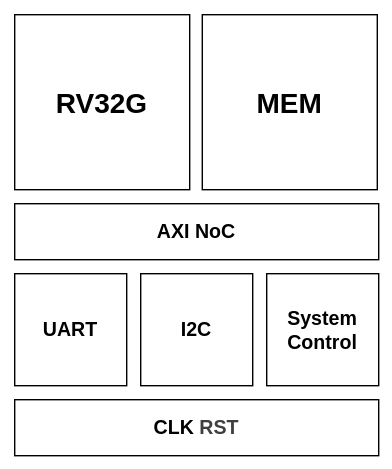
The draw.io diagram document/arch.svg in ADN-VLSI/SC-SoC, before a commit. Source tidied: cells renumbered, new cells last; positions are measured from the earlier drawing's top-left corner, leaving out a move shared by most shapes.
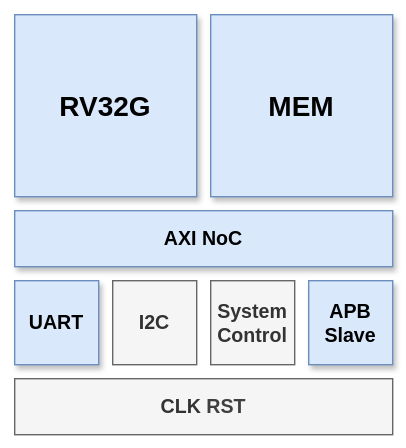
After the change.

The edit, as a diff of the source:
```diff
@@ -3,28 +3,31 @@
     <mxCell id="0" />
     <mxCell id="1" parent="0" />
     <mxCell id="2" style="whiteSpace=wrap;html=1;strokeColor=none;" parent="1" vertex="1">
-      <mxGeometry width="280" height="335" as="geometry" />
+      <mxGeometry y="-5" width="290" height="320" as="geometry" />
     </mxCell>
-    <mxCell id="3" value="RV32G" style="whiteSpace=wrap;html=1;fontStyle=1;fontSize=20;" parent="1" vertex="1">
-      <mxGeometry x="10" y="10" width="125" height="125" as="geometry" />
+    <mxCell id="3" value="RV32G" style="whiteSpace=wrap;html=1;fontStyle=1;fontSize=20;shadow=1;fillColor=#dae8fc;strokeColor=#6c8ebf;" parent="1" vertex="1">
+      <mxGeometry x="10" y="5" width="130" height="130" as="geometry" />
     </mxCell>
-    <mxCell id="4" value="MEM" style="whiteSpace=wrap;html=1;fontStyle=1;fontSize=20;" parent="1" vertex="1">
-      <mxGeometry x="144" y="10" width="125" height="125" as="geometry" />
+    <mxCell id="4" value="MEM" style="whiteSpace=wrap;html=1;fontStyle=1;fontSize=20;shadow=1;fillColor=#dae8fc;strokeColor=#6c8ebf;" parent="1" vertex="1">
+      <mxGeometry x="150" y="5" width="130" height="130" as="geometry" />
     </mxCell>
-    <mxCell id="5" value="UART" style="whiteSpace=wrap;html=1;fontStyle=1;fontSize=14;" parent="1" vertex="1">
-      <mxGeometry x="10" y="195" width="80" height="80" as="geometry" />
+    <mxCell id="5" value="UART" style="whiteSpace=wrap;html=1;fontStyle=1;fontSize=14;shadow=1;fillColor=#dae8fc;strokeColor=#6c8ebf;" parent="1" vertex="1">
+      <mxGeometry x="10" y="195" width="60" height="60" as="geometry" />
     </mxCell>
-    <mxCell id="6" value="System&lt;div&gt;Control&lt;/div&gt;" style="whiteSpace=wrap;html=1;fontStyle=1;fontSize=14;" parent="1" vertex="1">
-      <mxGeometry x="190" y="195" width="80" height="80" as="geometry" />
+    <mxCell id="6" value="System&lt;div&gt;Control&lt;/div&gt;" style="whiteSpace=wrap;html=1;fontStyle=1;fontSize=14;fillColor=#f5f5f5;fontColor=#333333;strokeColor=#666666;" parent="1" vertex="1">
+      <mxGeometry x="150" y="195" width="60" height="60" as="geometry" />
     </mxCell>
-    <mxCell id="7" value="I2C" style="whiteSpace=wrap;html=1;fontStyle=1;fontSize=14;" parent="1" vertex="1">
-      <mxGeometry x="100" y="195" width="80" height="80" as="geometry" />
+    <mxCell id="7" value="I2C" style="whiteSpace=wrap;html=1;fontStyle=1;fontSize=14;fillColor=#f5f5f5;fontColor=#333333;strokeColor=#666666;" parent="1" vertex="1">
+      <mxGeometry x="80" y="195" width="60" height="60" as="geometry" />
     </mxCell>
-    <mxCell id="8" value="CLK&amp;nbsp;&lt;span style=&quot;color: rgb(63, 63, 63); background-color: transparent;&quot;&gt;RST&lt;/span&gt;" style="whiteSpace=wrap;html=1;fontStyle=1;fontSize=14;" parent="1" vertex="1">
-      <mxGeometry x="10" y="285" width="260" height="40" as="geometry" />
+    <mxCell id="8" value="CLK&amp;nbsp;&lt;span style=&quot;color: rgb(63, 63, 63); background-color: transparent;&quot;&gt;RST&lt;/span&gt;" style="whiteSpace=wrap;html=1;fontStyle=1;fontSize=14;fillColor=#f5f5f5;fontColor=#333333;strokeColor=#666666;" parent="1" vertex="1">
+      <mxGeometry x="10" y="265" width="270" height="40" as="geometry" />
     </mxCell>
-    <mxCell id="9" value="AXI NoC" style="whiteSpace=wrap;html=1;fontStyle=1;fontSize=14;" parent="1" vertex="1">
-      <mxGeometry x="10" y="145" width="260" height="40" as="geometry" />
+    <mxCell id="9" value="AXI NoC" style="whiteSpace=wrap;html=1;fontStyle=1;fontSize=14;shadow=1;fillColor=#dae8fc;strokeColor=#6c8ebf;" parent="1" vertex="1">
+      <mxGeometry x="10" y="145" width="270" height="40" as="geometry" />
     </mxCell>
+    <mxCell id="10" value="APB&lt;div&gt;Slave&lt;/div&gt;" style="whiteSpace=wrap;html=1;fontStyle=1;fontSize=14;fillColor=#dae8fc;strokeColor=#6c8ebf;shadow=1;" parent="1" vertex="1">
+      <mxGeometry x="220" y="195" width="60" height="60" as="geometry" />
+    </mxCell>
   </root>
 </mxGraphModel>
```
